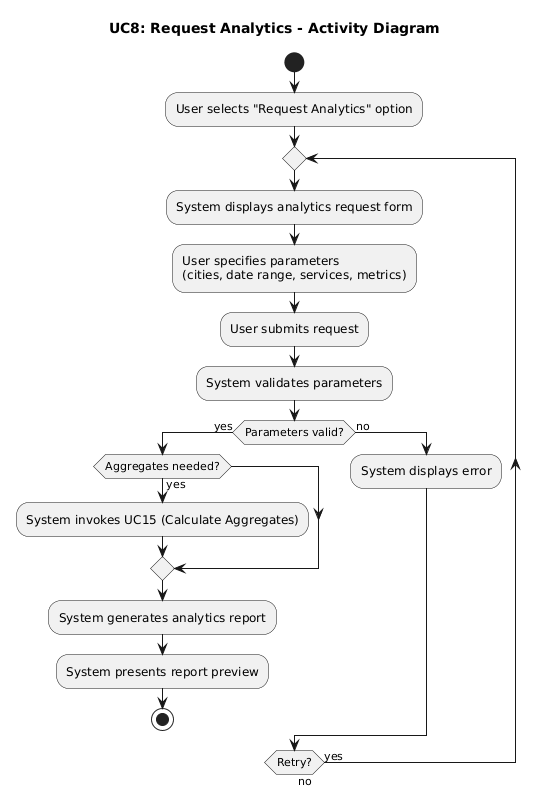
ManosMorf97/Weather-Forecasts-AI-Remastered keeps this PlantUML diagram as requirements/activity_diagrams/UC8_Request_Analytics.png. Above is the earlier version.
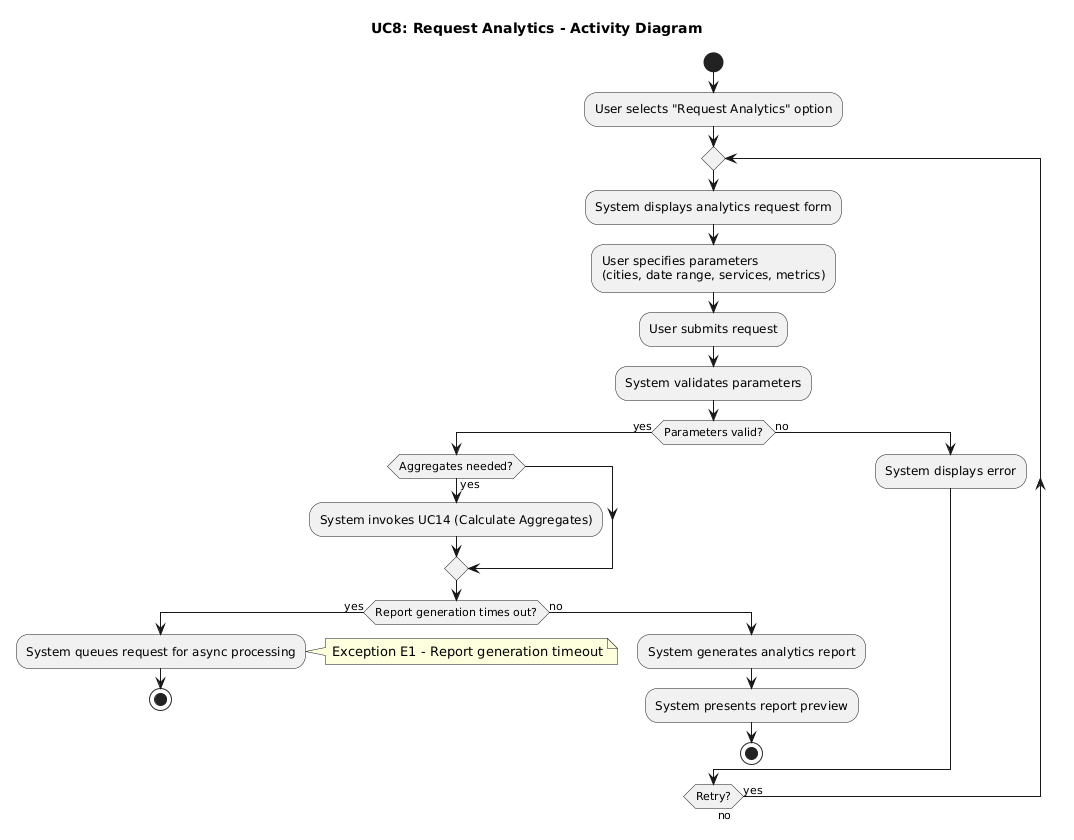
After the change.

Change to the diagram source:
```diff
@@ -12,11 +12,18 @@
 
   if (Parameters valid?) then (yes)
     if (Aggregates needed?) then (yes)
-      :System invokes UC15 (Calculate Aggregates);
+      :System invokes UC14 (Calculate Aggregates);
     endif
-    :System generates analytics report;
-    :System presents report preview;
-    stop
+
+    if (Report generation times out?) then (yes)
+      :System queues request for async processing;
+      note right: Exception E1 - Report generation timeout
+      stop
+    else (no)
+      :System generates analytics report;
+      :System presents report preview;
+      stop
+    endif
   else (no)
     :System displays error;
   endif
```
